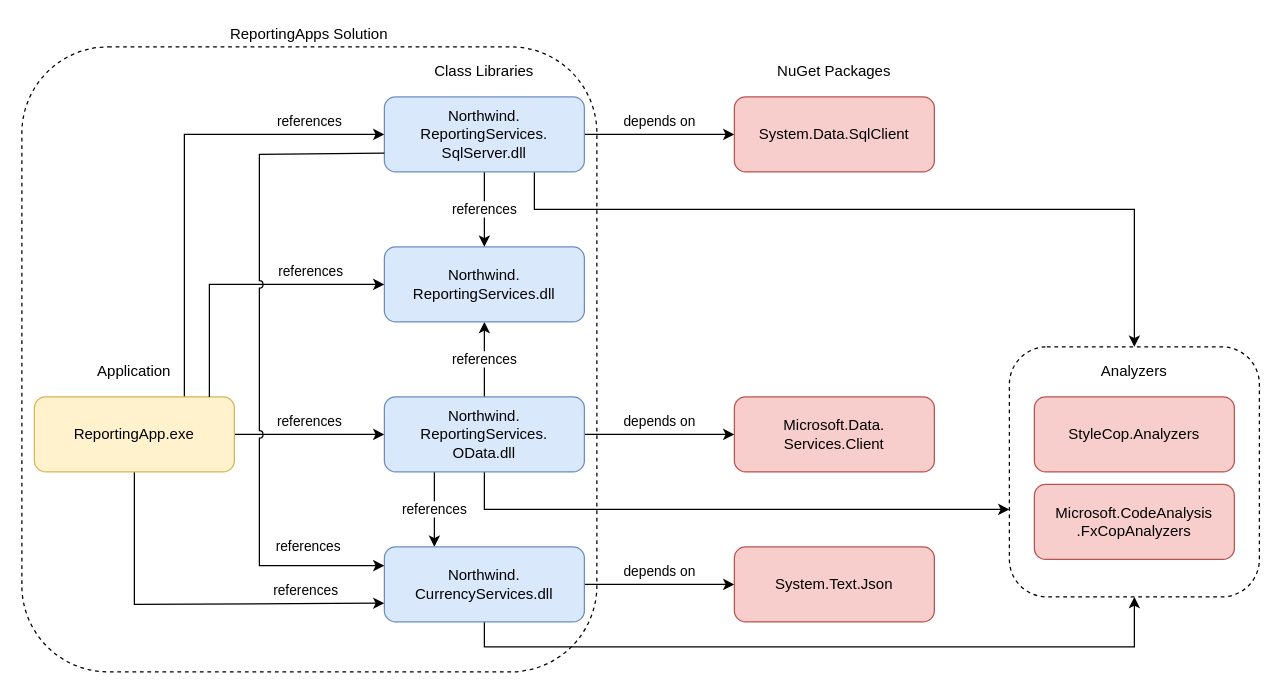
The draw.io diagram page "Northwind.ReportingServices.SqlServer" (8 of 8) of module03/module03.drawio in epam-dotnet-lab/northwind-apps, before the edit. Source tidied: cells renumbered, new cells numbered last; positions are measured from the earlier drawing's top-left corner, leaving out a move shared by most shapes. Both pictures are drawn from the tidied source at 125%, with x=0, y=0 at pixel (21, 21).
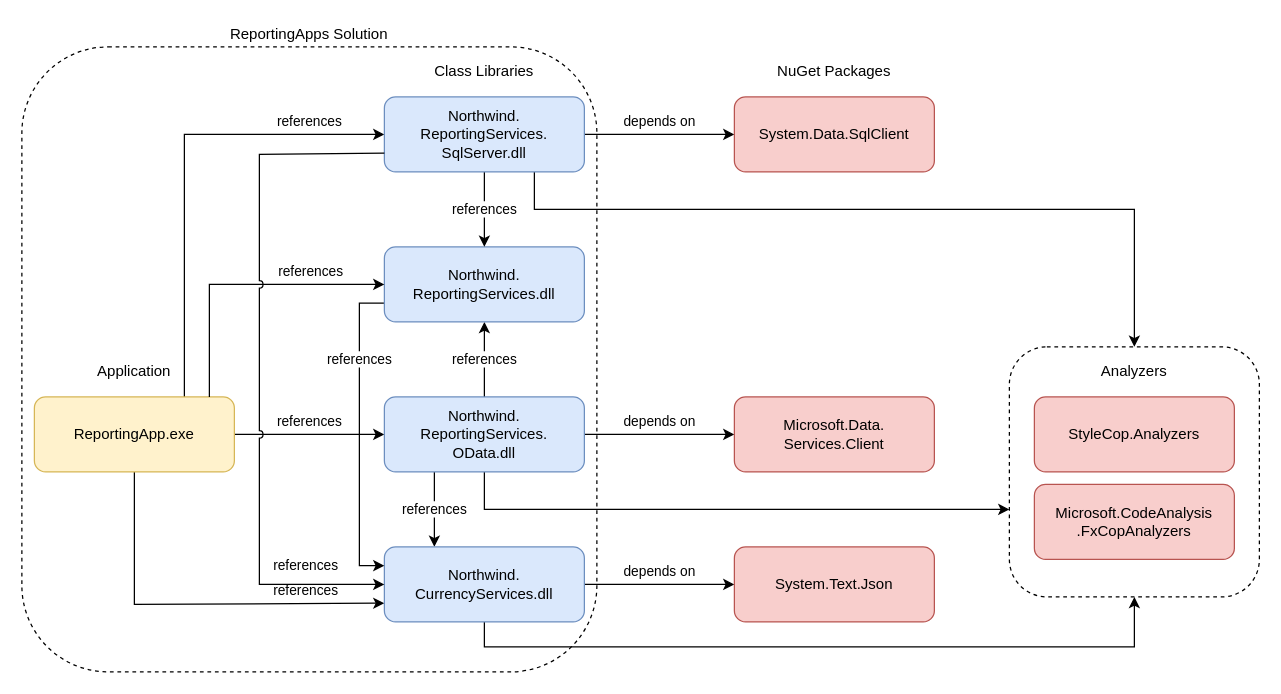
The same page after the edit.

The change refers to these unchanged cells:
```xml
<mxCell id="22" value="Northwind.&lt;br&gt;CurrencyServices.dll" style="rounded=1;whiteSpace=wrap;html=1;fillColor=#dae8fc;strokeColor=#6c8ebf;" parent="1" vertex="1">
  <mxGeometry x="290" y="420" width="160" height="60" as="geometry" />
</mxCell>
<mxCell id="25" value="Northwind.&lt;br&gt;ReportingServices.dll" style="rounded=1;whiteSpace=wrap;html=1;fillColor=#dae8fc;strokeColor=#6c8ebf;" parent="1" vertex="1">
  <mxGeometry x="290" y="180" width="160" height="60" as="geometry" />
</mxCell>
<mxCell id="30" value="Northwind.&lt;br&gt;ReportingServices.&lt;br&gt;SqlServer.dll" style="rounded=1;whiteSpace=wrap;html=1;fillColor=#dae8fc;strokeColor=#6c8ebf;" parent="1" vertex="1">
  <mxGeometry x="290" y="60" width="160" height="60" as="geometry" />
</mxCell>
```

Diff of the diagram source:
```diff
@@
+    <mxCell id="33" value="references" style="edgeStyle=orthogonalEdgeStyle;rounded=0;jettySize=auto;html=1;exitX=0;exitY=0.75;exitDx=0;exitDy=0;entryX=0;entryY=0.25;entryDx=0;entryDy=0;" parent="1" edge="1" source="25" target="22">
+      <mxGeometry x="-0.48" relative="1" as="geometry">
+        <Array as="points">
+          <mxPoint x="270" y="225" />
+          <mxPoint x="270" y="435" />
+        </Array>
+      </mxGeometry>
+    </mxCell>
@@
-    <mxCell id="31" value="references" style="edgeStyle=orthogonalEdgeStyle;rounded=0;jettySize=auto;html=1;exitX=0;exitY=0.75;exitDx=0;exitDy=0;entryX=0;entryY=0.25;entryDx=0;entryDy=0;jumpStyle=arc;" parent="1" edge="1" source="30" target="22">
+    <mxCell id="31" value="references" style="edgeStyle=orthogonalEdgeStyle;rounded=0;jettySize=auto;html=1;exitX=0;exitY=0.75;exitDx=0;exitDy=0;entryX=0;entryY=0.5;entryDx=0;entryDy=0;jumpStyle=arc;" parent="1" edge="1" source="30" target="22">
       <mxGeometry x="0.77" y="15" relative="1" as="geometry">
         <Array as="points">
+          <mxPoint x="290" y="106" />
           <mxPoint x="190" y="106" />
-          <mxPoint x="190" y="435" />
+          <mxPoint x="190" y="450" />
         </Array>
       </mxGeometry>
     </mxCell>
```
